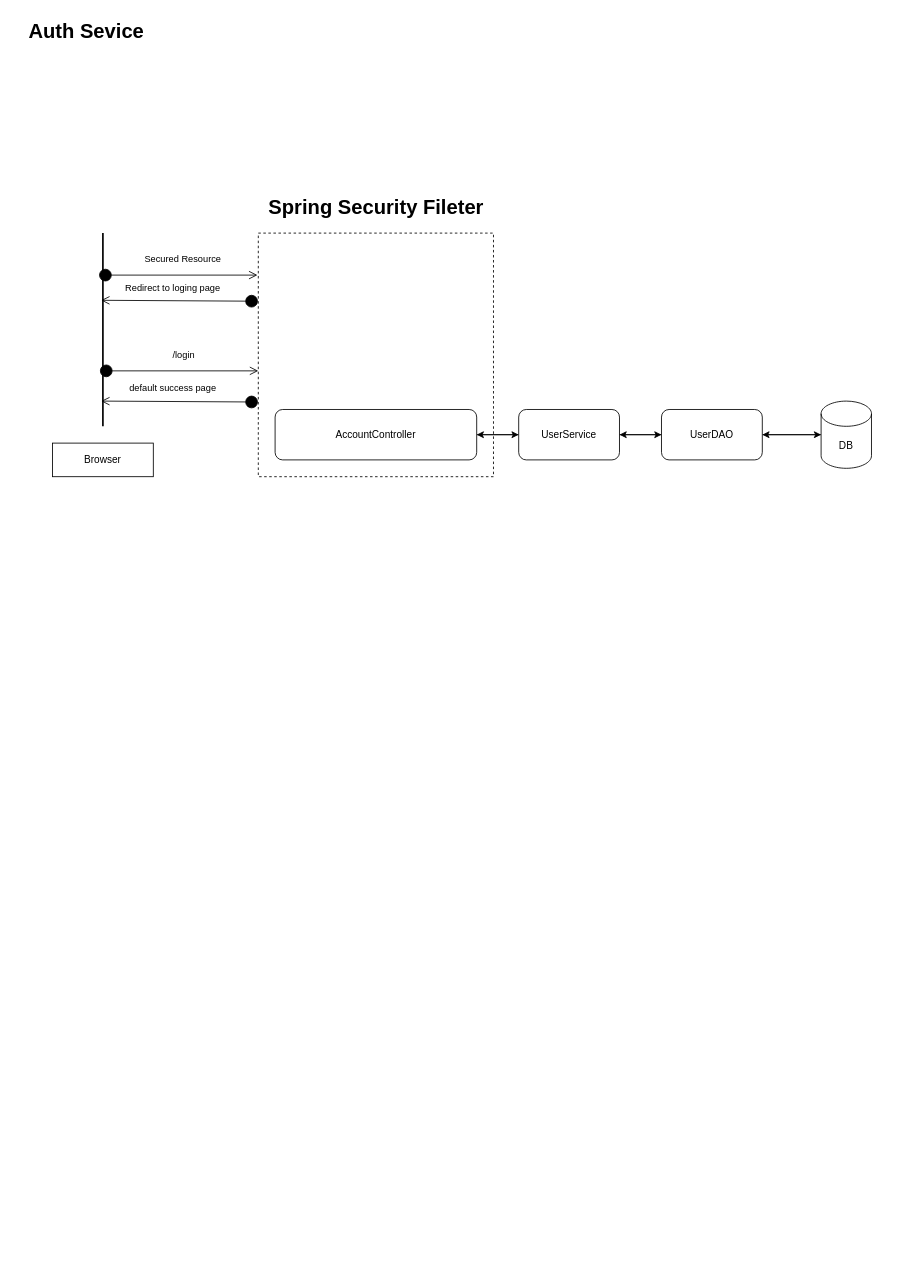
Earlier version of the draw.io diagram les2.drawio (DrSkyFox/some_arch_rep). Source tidied: cells renumbered, new cells numbered last; positions are measured from the earlier drawing's top-left corner, leaving out a move shared by most shapes. Both pictures are drawn from the tidied source at 84%, with x=0, y=0 at pixel (14, 14).
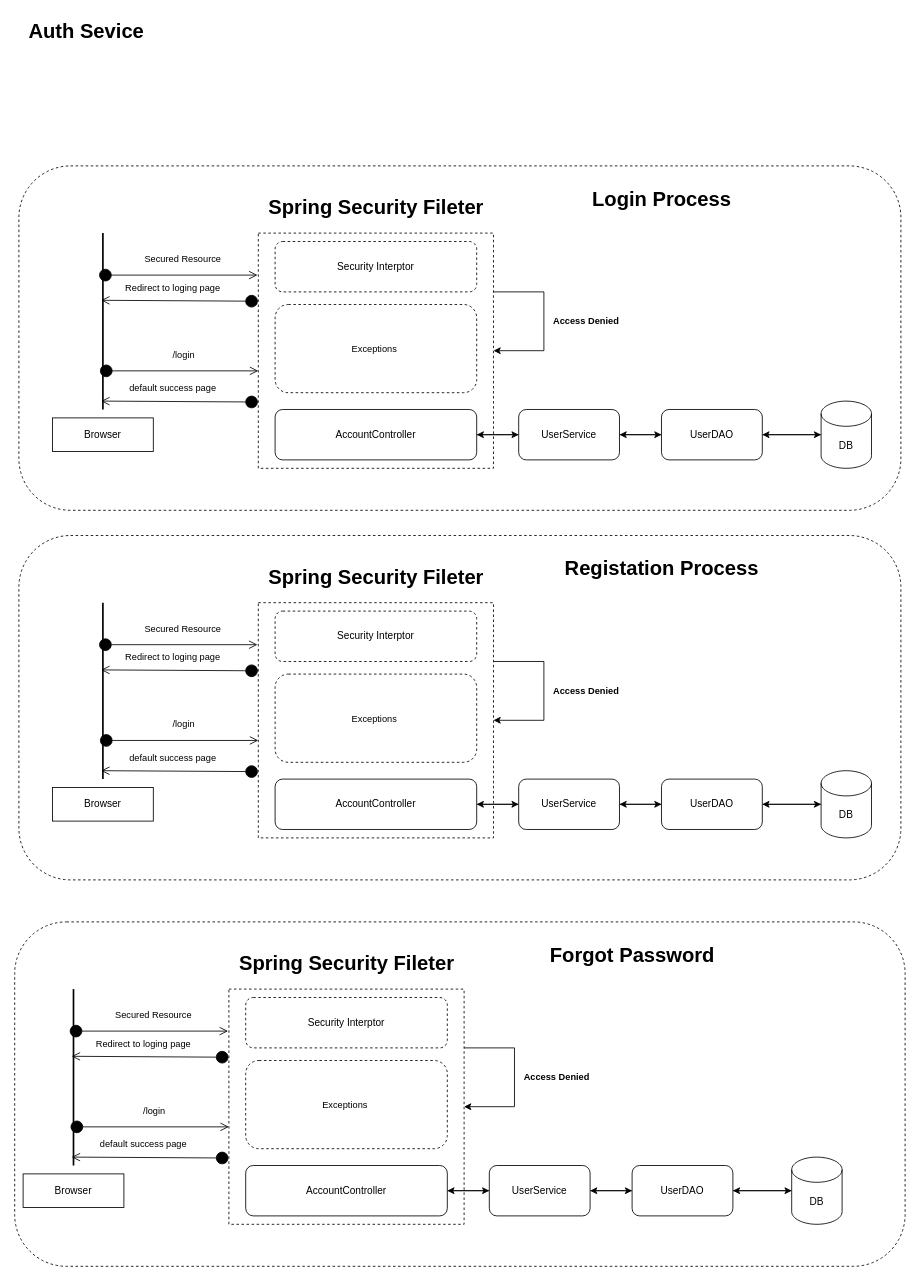
Above is the later version.

The edit, as a diff of the source:
```diff
@@
+    <mxCell id="21" style="rounded=1;whiteSpace=wrap;html=1;dashed=1;" parent="1" vertex="1">
+      <mxGeometry x="5" y="180" width="1050" height="410" as="geometry" />
+    </mxCell>
     <mxCell id="2" style="rounded=0;whiteSpace=wrap;html=1;dashed=1;" parent="1" vertex="1">
-      <mxGeometry x="290" y="260" width="280" height="290" as="geometry" />
+      <mxGeometry x="290" y="260" width="280" height="280" as="geometry" />
     </mxCell>
@@
     <mxCell id="14" style="line;strokeWidth=2;direction=south;html=1;" parent="1" vertex="1">
-      <mxGeometry x="100" y="260" width="10" height="230" as="geometry" />
+      <mxGeometry x="100" y="260" width="10" height="210" as="geometry" />
     </mxCell>
     <mxCell id="15" value="Browser" style="rounded=0;whiteSpace=wrap;html=1;" parent="1" vertex="1">
-      <mxGeometry x="45" y="510" width="120" height="40" as="geometry" />
+      <mxGeometry x="45" y="480" width="120" height="40" as="geometry" />
     </mxCell>
@@
+    <mxCell id="22" value="Security Interptor" style="rounded=1;whiteSpace=wrap;html=1;dashed=1;" parent="1" vertex="1">
+      <mxGeometry x="310" y="270" width="240" height="60" as="geometry" />
+    </mxCell>
+    <mxCell id="23" style="edgeStyle=orthogonalEdgeStyle;rounded=0;orthogonalLoop=1;jettySize=auto;html=1;exitX=1;exitY=0.25;exitDx=0;exitDy=0;" parent="1" edge="1" source="2" target="2">
+      <mxGeometry relative="1" as="geometry">
+        <Array as="points">
+          <mxPoint x="630" y="400" />
+        </Array>
+      </mxGeometry>
+    </mxCell>
+    <mxCell id="24" value="Access Denied" style="text;strokeColor=none;fillColor=none;html=1;fontSize=11;fontStyle=1;verticalAlign=middle;align=center;dashed=1;" parent="1" vertex="1">
+      <mxGeometry x="630" y="345" width="100" height="40" as="geometry" />
+    </mxCell>
+    <mxCell id="25" value="Exceptions&amp;nbsp;" style="rounded=1;whiteSpace=wrap;html=1;dashed=1;fontSize=11;" parent="1" vertex="1">
+      <mxGeometry x="310" y="345" width="240" height="105" as="geometry" />
+    </mxCell>
+    <mxCell id="26" value="Login Process" style="text;strokeColor=none;fillColor=none;html=1;fontSize=24;fontStyle=1;verticalAlign=middle;align=center;dashed=1;" parent="1" vertex="1">
+      <mxGeometry x="650" y="200" width="240" height="40" as="geometry" />
+    </mxCell>
+    <mxCell id="27" style="rounded=1;whiteSpace=wrap;html=1;dashed=1;" parent="1" vertex="1">
+      <mxGeometry x="5" y="620" width="1050" height="410" as="geometry" />
+    </mxCell>
+    <mxCell id="28" style="rounded=0;whiteSpace=wrap;html=1;dashed=1;" parent="1" vertex="1">
+      <mxGeometry x="290" y="700" width="280" height="280" as="geometry" />
+    </mxCell>
+    <mxCell id="29" style="edgeStyle=orthogonalEdgeStyle;rounded=0;jettySize=auto;html=1;entryX=1;entryY=0.5;entryDx=0;entryDy=0;" parent="1" edge="1" source="30" target="33">
+      <mxGeometry relative="1" as="geometry" />
+    </mxCell>
+    <mxCell id="30" value="DB" style="shape=cylinder3;whiteSpace=wrap;html=1;boundedLbl=1;backgroundOutline=1;size=15;" parent="1" vertex="1">
+      <mxGeometry x="960" y="900" width="60" height="80" as="geometry" />
+    </mxCell>
+    <mxCell id="31" style="edgeStyle=orthogonalEdgeStyle;rounded=0;jettySize=auto;html=1;entryX=1;entryY=0.5;entryDx=0;entryDy=0;" parent="1" edge="1" source="33" target="36">
+      <mxGeometry relative="1" as="geometry" />
+    </mxCell>
+    <mxCell id="32" style="edgeStyle=orthogonalEdgeStyle;rounded=0;jettySize=auto;html=1;entryX=0;entryY=0.5;entryDx=0;entryDy=0;entryPerimeter=0;" parent="1" edge="1" source="33" target="30">
+      <mxGeometry relative="1" as="geometry" />
+    </mxCell>
+    <mxCell id="33" value="UserDAO" style="rounded=1;whiteSpace=wrap;html=1;" parent="1" vertex="1">
+      <mxGeometry x="770" y="910" width="120" height="60" as="geometry" />
+    </mxCell>
+    <mxCell id="34" style="edgeStyle=orthogonalEdgeStyle;rounded=0;jettySize=auto;html=1;" parent="1" edge="1" source="36" target="33">
+      <mxGeometry relative="1" as="geometry" />
+    </mxCell>
+    <mxCell id="35" style="edgeStyle=orthogonalEdgeStyle;rounded=0;jettySize=auto;html=1;" parent="1" edge="1" source="36" target="38">
+      <mxGeometry relative="1" as="geometry" />
+    </mxCell>
+    <mxCell id="36" value="UserService" style="rounded=1;whiteSpace=wrap;html=1;" parent="1" vertex="1">
+      <mxGeometry x="600" y="910" width="120" height="60" as="geometry" />
+    </mxCell>
+    <mxCell id="37" style="edgeStyle=orthogonalEdgeStyle;rounded=0;jettySize=auto;html=1;entryX=0;entryY=0.5;entryDx=0;entryDy=0;" parent="1" edge="1" source="38" target="36">
+      <mxGeometry relative="1" as="geometry" />
+    </mxCell>
+    <mxCell id="38" value="AccountController" style="rounded=1;whiteSpace=wrap;html=1;" parent="1" vertex="1">
+      <mxGeometry x="310" y="910" width="240" height="60" as="geometry" />
+    </mxCell>
+    <mxCell id="39" style="line;strokeWidth=2;direction=south;html=1;" parent="1" vertex="1">
+      <mxGeometry x="100" y="700" width="10" height="210" as="geometry" />
+    </mxCell>
+    <mxCell id="40" value="Browser" style="rounded=0;whiteSpace=wrap;html=1;" parent="1" vertex="1">
+      <mxGeometry x="45" y="920" width="120" height="40" as="geometry" />
+    </mxCell>
+    <mxCell id="41" value="Spring Security Fileter" style="text;strokeColor=none;fillColor=none;html=1;fontSize=24;fontStyle=1;verticalAlign=middle;align=center;" parent="1" vertex="1">
+      <mxGeometry x="380" y="650" width="100" height="40" as="geometry" />
+    </mxCell>
+    <mxCell id="42" value="Secured Resource" style="verticalAlign=bottom;startArrow=circle;startFill=1;endArrow=open;startSize=6;endSize=8;html=1;" parent="1" edge="1">
+      <mxGeometry x="0.06" y="10" relative="1" as="geometry">
+        <mxPoint x="100" y="750" as="sourcePoint" />
+        <mxPoint x="289" y="750" as="targetPoint" />
+      </mxGeometry>
+    </mxCell>
+    <mxCell id="43" value="Redirect to loging page" style="verticalAlign=bottom;startArrow=circle;startFill=1;endArrow=open;startSize=6;endSize=8;html=1;exitX=0.002;exitY=0.401;exitDx=0;exitDy=0;exitPerimeter=0;entryX=0.501;entryY=0.66;entryDx=0;entryDy=0;entryPerimeter=0;" parent="1" edge="1">
+      <mxGeometry x="0.09" y="-7" relative="1" as="geometry">
+        <mxPoint x="290" y="781.1" as="sourcePoint" />
+        <mxPoint x="102.8" y="780" as="targetPoint" />
+      </mxGeometry>
+    </mxCell>
+    <mxCell id="44" value="/login" style="verticalAlign=bottom;startArrow=circle;startFill=1;endArrow=open;startSize=6;endSize=8;html=1;" parent="1" edge="1">
+      <mxGeometry x="0.06" y="10" relative="1" as="geometry">
+        <mxPoint x="101" y="864" as="sourcePoint" />
+        <mxPoint x="290" y="864" as="targetPoint" />
+      </mxGeometry>
+    </mxCell>
+    <mxCell id="45" value="default success page" style="verticalAlign=bottom;startArrow=circle;startFill=1;endArrow=open;startSize=6;endSize=8;html=1;exitX=0.002;exitY=0.401;exitDx=0;exitDy=0;exitPerimeter=0;entryX=0.501;entryY=0.66;entryDx=0;entryDy=0;entryPerimeter=0;" parent="1" edge="1">
+      <mxGeometry x="0.09" y="-7" relative="1" as="geometry">
+        <mxPoint x="290" y="901.1" as="sourcePoint" />
+        <mxPoint x="102.8" y="900" as="targetPoint" />
+      </mxGeometry>
+    </mxCell>
+    <mxCell id="46" value="Security Interptor" style="rounded=1;whiteSpace=wrap;html=1;dashed=1;" parent="1" vertex="1">
+      <mxGeometry x="310" y="710" width="240" height="60" as="geometry" />
+    </mxCell>
+    <mxCell id="47" style="edgeStyle=orthogonalEdgeStyle;rounded=0;orthogonalLoop=1;jettySize=auto;html=1;exitX=1;exitY=0.25;exitDx=0;exitDy=0;" parent="1" edge="1" source="28" target="28">
+      <mxGeometry relative="1" as="geometry">
+        <Array as="points">
+          <mxPoint x="630" y="840" />
+        </Array>
+      </mxGeometry>
+    </mxCell>
+    <mxCell id="48" value="Access Denied" style="text;strokeColor=none;fillColor=none;html=1;fontSize=11;fontStyle=1;verticalAlign=middle;align=center;dashed=1;" parent="1" vertex="1">
+      <mxGeometry x="630" y="785" width="100" height="40" as="geometry" />
+    </mxCell>
+    <mxCell id="49" value="Exceptions&amp;nbsp;" style="rounded=1;whiteSpace=wrap;html=1;dashed=1;fontSize=11;" parent="1" vertex="1">
+      <mxGeometry x="310" y="785" width="240" height="105" as="geometry" />
+    </mxCell>
+    <mxCell id="50" value="Registation Process" style="text;strokeColor=none;fillColor=none;html=1;fontSize=24;fontStyle=1;verticalAlign=middle;align=center;dashed=1;" parent="1" vertex="1">
+      <mxGeometry x="650" y="640" width="240" height="40" as="geometry" />
+    </mxCell>
+    <mxCell id="51" style="rounded=1;whiteSpace=wrap;html=1;dashed=1;" parent="1" vertex="1">
+      <mxGeometry y="1080" width="1060" height="410" as="geometry" />
+    </mxCell>
+    <mxCell id="52" style="rounded=0;whiteSpace=wrap;html=1;dashed=1;" parent="1" vertex="1">
+      <mxGeometry x="255" y="1160" width="280" height="280" as="geometry" />
+    </mxCell>
+    <mxCell id="53" style="edgeStyle=orthogonalEdgeStyle;rounded=0;jettySize=auto;html=1;entryX=1;entryY=0.5;entryDx=0;entryDy=0;" parent="1" edge="1" source="54" target="57">
+      <mxGeometry relative="1" as="geometry" />
+    </mxCell>
+    <mxCell id="54" value="DB" style="shape=cylinder3;whiteSpace=wrap;html=1;boundedLbl=1;backgroundOutline=1;size=15;" parent="1" vertex="1">
+      <mxGeometry x="925" y="1360" width="60" height="80" as="geometry" />
+    </mxCell>
+    <mxCell id="55" style="edgeStyle=orthogonalEdgeStyle;rounded=0;jettySize=auto;html=1;entryX=1;entryY=0.5;entryDx=0;entryDy=0;" parent="1" edge="1" source="57" target="60">
+      <mxGeometry relative="1" as="geometry" />
+    </mxCell>
+    <mxCell id="56" style="edgeStyle=orthogonalEdgeStyle;rounded=0;jettySize=auto;html=1;entryX=0;entryY=0.5;entryDx=0;entryDy=0;entryPerimeter=0;" parent="1" edge="1" source="57" target="54">
+      <mxGeometry relative="1" as="geometry" />
+    </mxCell>
+    <mxCell id="57" value="UserDAO" style="rounded=1;whiteSpace=wrap;html=1;" parent="1" vertex="1">
+      <mxGeometry x="735" y="1370" width="120" height="60" as="geometry" />
+    </mxCell>
+    <mxCell id="58" style="edgeStyle=orthogonalEdgeStyle;rounded=0;jettySize=auto;html=1;" parent="1" edge="1" source="60" target="57">
+      <mxGeometry relative="1" as="geometry" />
+    </mxCell>
+    <mxCell id="59" style="edgeStyle=orthogonalEdgeStyle;rounded=0;jettySize=auto;html=1;" parent="1" edge="1" source="60" target="62">
+      <mxGeometry relative="1" as="geometry" />
+    </mxCell>
+    <mxCell id="60" value="UserService" style="rounded=1;whiteSpace=wrap;html=1;" parent="1" vertex="1">
+      <mxGeometry x="565" y="1370" width="120" height="60" as="geometry" />
+    </mxCell>
+    <mxCell id="61" style="edgeStyle=orthogonalEdgeStyle;rounded=0;jettySize=auto;html=1;entryX=0;entryY=0.5;entryDx=0;entryDy=0;" parent="1" edge="1" source="62" target="60">
+      <mxGeometry relative="1" as="geometry" />
+    </mxCell>
+    <mxCell id="62" value="AccountController" style="rounded=1;whiteSpace=wrap;html=1;" parent="1" vertex="1">
+      <mxGeometry x="275" y="1370" width="240" height="60" as="geometry" />
+    </mxCell>
+    <mxCell id="63" style="line;strokeWidth=2;direction=south;html=1;" parent="1" vertex="1">
+      <mxGeometry x="65" y="1160" width="10" height="210" as="geometry" />
+    </mxCell>
+    <mxCell id="64" value="Browser" style="rounded=0;whiteSpace=wrap;html=1;" parent="1" vertex="1">
+      <mxGeometry x="10" y="1380" width="120" height="40" as="geometry" />
+    </mxCell>
+    <mxCell id="65" value="Spring Security Fileter" style="text;strokeColor=none;fillColor=none;html=1;fontSize=24;fontStyle=1;verticalAlign=middle;align=center;" parent="1" vertex="1">
+      <mxGeometry x="345" y="1110" width="100" height="40" as="geometry" />
+    </mxCell>
+    <mxCell id="66" value="Secured Resource" style="verticalAlign=bottom;startArrow=circle;startFill=1;endArrow=open;startSize=6;endSize=8;html=1;" parent="1" edge="1">
+      <mxGeometry x="0.06" y="10" relative="1" as="geometry">
+        <mxPoint x="65" y="1210" as="sourcePoint" />
+        <mxPoint x="254" y="1210" as="targetPoint" />
+      </mxGeometry>
+    </mxCell>
+    <mxCell id="67" value="Redirect to loging page" style="verticalAlign=bottom;startArrow=circle;startFill=1;endArrow=open;startSize=6;endSize=8;html=1;exitX=0.002;exitY=0.401;exitDx=0;exitDy=0;exitPerimeter=0;entryX=0.501;entryY=0.66;entryDx=0;entryDy=0;entryPerimeter=0;" parent="1" edge="1">
+      <mxGeometry x="0.09" y="-7" relative="1" as="geometry">
+        <mxPoint x="255" y="1241.1" as="sourcePoint" />
+        <mxPoint x="67.8" y="1240" as="targetPoint" />
+      </mxGeometry>
+    </mxCell>
+    <mxCell id="68" value="/login" style="verticalAlign=bottom;startArrow=circle;startFill=1;endArrow=open;startSize=6;endSize=8;html=1;" parent="1" edge="1">
+      <mxGeometry x="0.06" y="10" relative="1" as="geometry">
+        <mxPoint x="66" y="1324" as="sourcePoint" />
+        <mxPoint x="255" y="1324" as="targetPoint" />
+      </mxGeometry>
+    </mxCell>
+    <mxCell id="69" value="default success page" style="verticalAlign=bottom;startArrow=circle;startFill=1;endArrow=open;startSize=6;endSize=8;html=1;exitX=0.002;exitY=0.401;exitDx=0;exitDy=0;exitPerimeter=0;entryX=0.501;entryY=0.66;entryDx=0;entryDy=0;entryPerimeter=0;" parent="1" edge="1">
+      <mxGeometry x="0.09" y="-7" relative="1" as="geometry">
+        <mxPoint x="255" y="1361.1" as="sourcePoint" />
+        <mxPoint x="67.8" y="1360" as="targetPoint" />
+      </mxGeometry>
+    </mxCell>
+    <mxCell id="70" value="Security Interptor" style="rounded=1;whiteSpace=wrap;html=1;dashed=1;" parent="1" vertex="1">
+      <mxGeometry x="275" y="1170" width="240" height="60" as="geometry" />
+    </mxCell>
+    <mxCell id="71" style="edgeStyle=orthogonalEdgeStyle;rounded=0;orthogonalLoop=1;jettySize=auto;html=1;exitX=1;exitY=0.25;exitDx=0;exitDy=0;" parent="1" edge="1" source="52" target="52">
+      <mxGeometry relative="1" as="geometry">
+        <Array as="points">
+          <mxPoint x="595" y="1300" />
+        </Array>
+      </mxGeometry>
+    </mxCell>
+    <mxCell id="72" value="Access Denied" style="text;strokeColor=none;fillColor=none;html=1;fontSize=11;fontStyle=1;verticalAlign=middle;align=center;dashed=1;" parent="1" vertex="1">
+      <mxGeometry x="595" y="1245" width="100" height="40" as="geometry" />
+    </mxCell>
+    <mxCell id="73" value="Exceptions&amp;nbsp;" style="rounded=1;whiteSpace=wrap;html=1;dashed=1;fontSize=11;" parent="1" vertex="1">
+      <mxGeometry x="275" y="1245" width="240" height="105" as="geometry" />
+    </mxCell>
+    <mxCell id="74" value="Forgot Password" style="text;strokeColor=none;fillColor=none;html=1;fontSize=24;fontStyle=1;verticalAlign=middle;align=center;dashed=1;" parent="1" vertex="1">
+      <mxGeometry x="615" y="1100" width="240" height="40" as="geometry" />
+    </mxCell>
```
